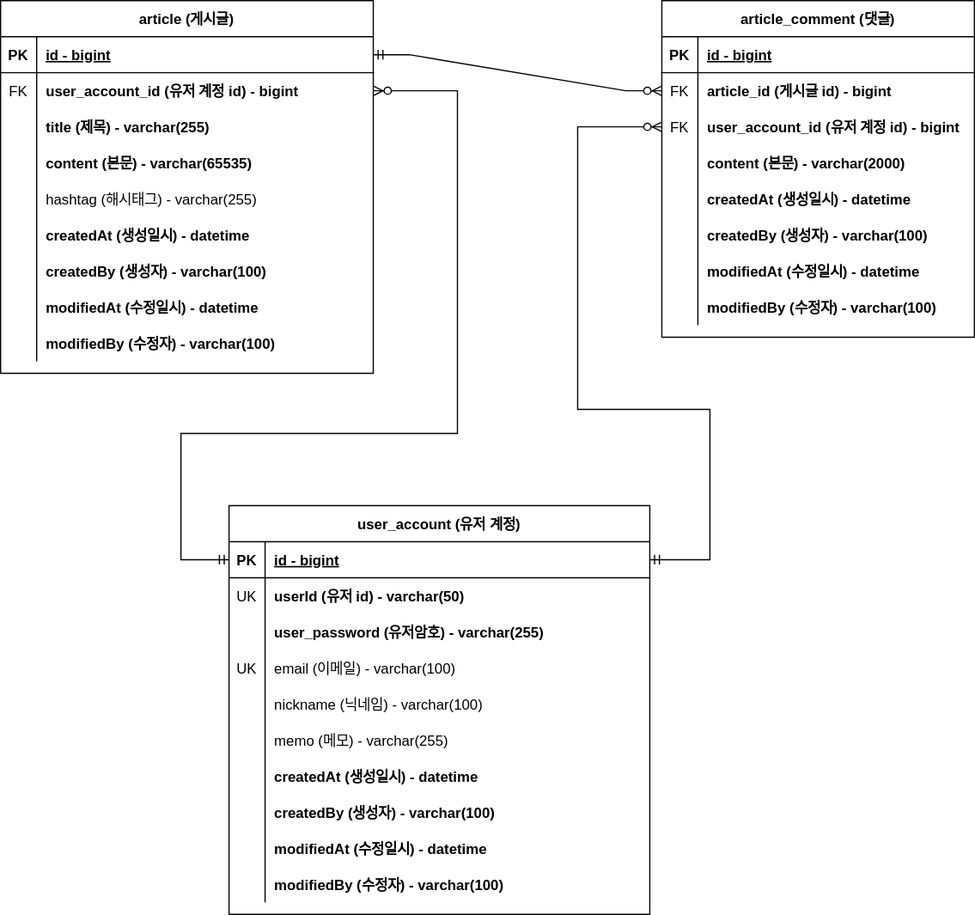
Above: document/project-board-erd.svg in minho3/study-prj-board (draw.io), before the change. Source tidied: cells renumbered, new cells last; positions are measured from the earlier drawing's top-left corner, leaving out a move shared by most shapes.
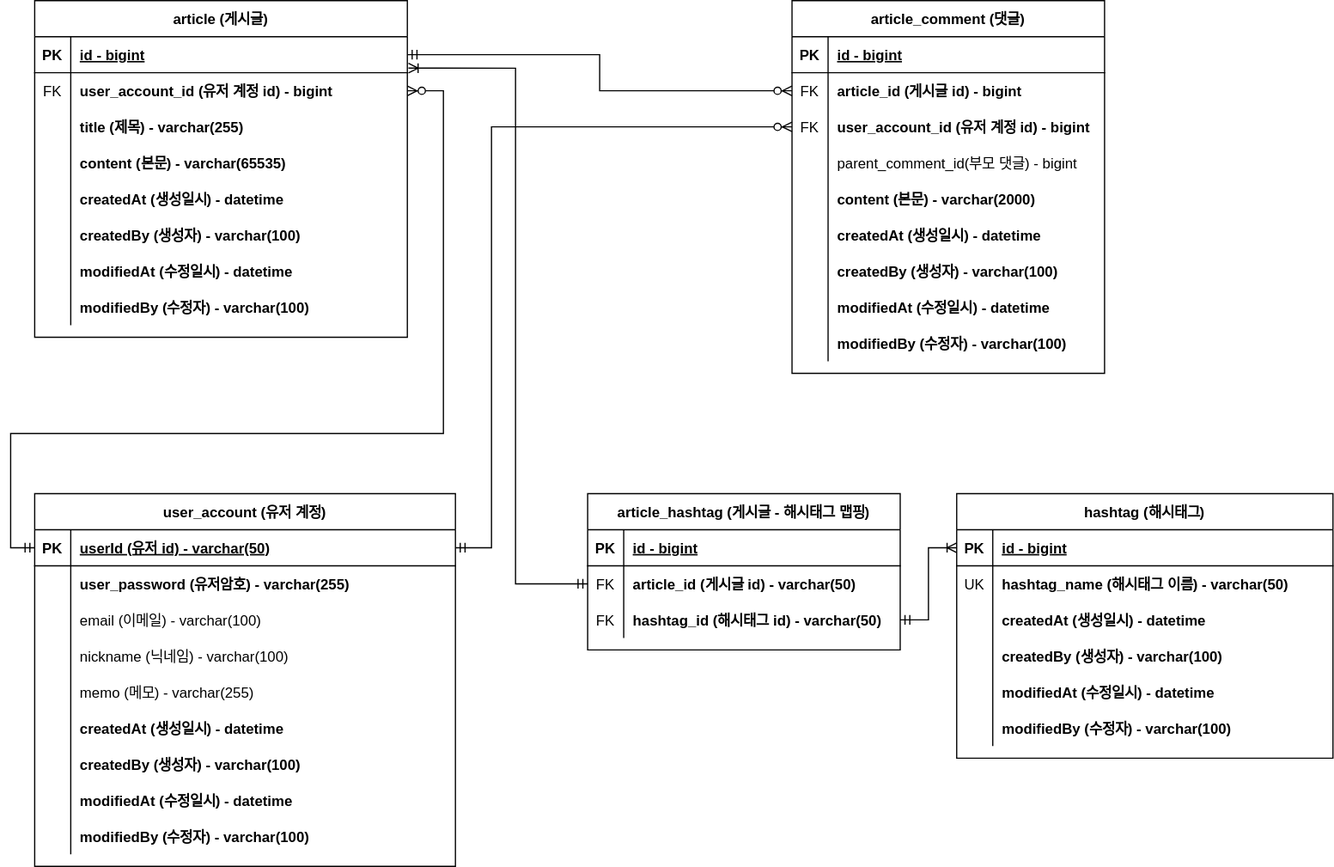
The same file after the commit.

Commit message:
#46 업데이트 : 대댓글, 해시태그

The edit, as a diff of the source:
```diff
@@ -5,3 +5,3 @@
     <mxCell id="2" value="article (게시글)" style="shape=table;startSize=30;rowLines=0;fontStyle=1;align=center;" parent="1" vertex="1">
-      <mxGeometry width="310" height="310" as="geometry" />
+      <mxGeometry width="310" height="280" as="geometry" />
     </mxCell>
@@ -43,13 +43,4 @@
     </mxCell>
-    <mxCell id="15" style="shape=tableRow;horizontal=0;startSize=0;swimlaneHead=0;swimlaneBody=0;fillColor=none;top=0;left=0;right=0;bottom=0;" parent="2" vertex="1">
-      <mxGeometry y="150" width="310" height="30" as="geometry" />
-    </mxCell>
-    <mxCell id="16" style="shape=partialRectangle;fillColor=none;top=0;left=0;bottom=0;right=0;overflow=hidden;" parent="15" vertex="1">
-      <mxGeometry width="30" height="30" as="geometry" />
-    </mxCell>
-    <mxCell id="17" value="hashtag (해시태그) - varchar(255)" style="shape=partialRectangle;fillColor=none;top=0;left=0;bottom=0;right=0;align=left;spacingLeft=6;overflow=hidden;" parent="15" vertex="1">
-      <mxGeometry x="30" width="280" height="30" as="geometry" />
-    </mxCell>
     <mxCell id="18" style="shape=tableRow;horizontal=0;startSize=0;swimlaneHead=0;swimlaneBody=0;fillColor=none;top=0;left=0;right=0;bottom=0;" parent="2" vertex="1">
-      <mxGeometry y="180" width="310" height="30" as="geometry" />
+      <mxGeometry y="150" width="310" height="30" as="geometry" />
     </mxCell>
@@ -62,3 +53,3 @@
     <mxCell id="21" style="shape=tableRow;horizontal=0;startSize=0;swimlaneHead=0;swimlaneBody=0;fillColor=none;top=0;left=0;right=0;bottom=0;" parent="2" vertex="1">
-      <mxGeometry y="210" width="310" height="30" as="geometry" />
+      <mxGeometry y="180" width="310" height="30" as="geometry" />
     </mxCell>
@@ -71,3 +62,3 @@
     <mxCell id="24" style="shape=tableRow;horizontal=0;startSize=0;swimlaneHead=0;swimlaneBody=0;fillColor=none;top=0;left=0;right=0;bottom=0;" parent="2" vertex="1">
-      <mxGeometry y="240" width="310" height="30" as="geometry" />
+      <mxGeometry y="210" width="310" height="30" as="geometry" />
     </mxCell>
@@ -80,3 +71,3 @@
     <mxCell id="27" style="shape=tableRow;horizontal=0;startSize=0;swimlaneHead=0;swimlaneBody=0;fillColor=none;top=0;left=0;right=0;bottom=0;" parent="2" vertex="1">
-      <mxGeometry y="270" width="310" height="30" as="geometry" />
+      <mxGeometry y="240" width="310" height="30" as="geometry" />
     </mxCell>
@@ -89,3 +80,3 @@
     <mxCell id="30" value="article_comment (댓글)" style="shape=table;startSize=30;rowLines=0;fontStyle=1;align=center;" parent="1" vertex="1">
-      <mxGeometry x="550" width="260" height="280" as="geometry" />
+      <mxGeometry x="630" width="260" height="310" as="geometry" />
     </mxCell>
@@ -118,4 +109,13 @@
     </mxCell>
+    <mxCell id="89" style="shape=tableRow;horizontal=0;startSize=0;swimlaneHead=0;swimlaneBody=0;fillColor=none;top=0;left=0;right=0;bottom=0;" parent="30" vertex="1">
+      <mxGeometry y="120" width="260" height="30" as="geometry" />
+    </mxCell>
+    <mxCell id="90" style="shape=partialRectangle;fillColor=none;top=0;left=0;bottom=0;right=0;overflow=hidden;" parent="89" vertex="1">
+      <mxGeometry width="30" height="30" as="geometry" />
+    </mxCell>
+    <mxCell id="91" value="parent_comment_id(부모 댓글) - bigint" style="shape=partialRectangle;fillColor=none;top=0;left=0;bottom=0;right=0;align=left;spacingLeft=6;overflow=hidden;fontStyle=0;" parent="89" vertex="1">
+      <mxGeometry x="30" width="230" height="30" as="geometry" />
+    </mxCell>
     <mxCell id="40" style="shape=tableRow;horizontal=0;startSize=0;swimlaneHead=0;swimlaneBody=0;fillColor=none;top=0;left=0;right=0;bottom=0;" parent="30" vertex="1">
-      <mxGeometry y="120" width="260" height="30" as="geometry" />
+      <mxGeometry y="150" width="260" height="30" as="geometry" />
     </mxCell>
@@ -128,3 +128,3 @@
     <mxCell id="43" style="shape=tableRow;horizontal=0;startSize=0;swimlaneHead=0;swimlaneBody=0;fillColor=none;top=0;left=0;right=0;bottom=0;" parent="30" vertex="1">
-      <mxGeometry y="150" width="260" height="30" as="geometry" />
+      <mxGeometry y="180" width="260" height="30" as="geometry" />
     </mxCell>
@@ -137,3 +137,3 @@
     <mxCell id="46" style="shape=tableRow;horizontal=0;startSize=0;swimlaneHead=0;swimlaneBody=0;fillColor=none;top=0;left=0;right=0;bottom=0;" parent="30" vertex="1">
-      <mxGeometry y="180" width="260" height="30" as="geometry" />
+      <mxGeometry y="210" width="260" height="30" as="geometry" />
     </mxCell>
@@ -146,3 +146,3 @@
     <mxCell id="49" style="shape=tableRow;horizontal=0;startSize=0;swimlaneHead=0;swimlaneBody=0;fillColor=none;top=0;left=0;right=0;bottom=0;" parent="30" vertex="1">
-      <mxGeometry y="210" width="260" height="30" as="geometry" />
+      <mxGeometry y="240" width="260" height="30" as="geometry" />
     </mxCell>
@@ -155,3 +155,3 @@
     <mxCell id="52" style="shape=tableRow;horizontal=0;startSize=0;swimlaneHead=0;swimlaneBody=0;fillColor=none;top=0;left=0;right=0;bottom=0;" parent="30" vertex="1">
-      <mxGeometry y="240" width="260" height="30" as="geometry" />
+      <mxGeometry y="270" width="260" height="30" as="geometry" />
     </mxCell>
@@ -163,3 +163,3 @@
     </mxCell>
-    <mxCell id="55" style="edgeStyle=entityRelationEdgeStyle;fontSize=12;html=1;endArrow=ERzeroToMany;startArrow=ERmandOne;rounded=0;exitX=1;exitY=0.5;exitDx=0;exitDy=0;entryX=0;entryY=0.5;entryDx=0;entryDy=0;" parent="1" edge="1" source="3" target="34">
+    <mxCell id="55" style="edgeStyle=orthogonalEdgeStyle;fontSize=12;html=1;endArrow=ERzeroToMany;startArrow=ERmandOne;rounded=0;exitX=1;exitY=0.5;exitDx=0;exitDy=0;entryX=0;entryY=0.5;entryDx=0;entryDy=0;" parent="1" edge="1" source="3" target="34">
       <mxGeometry relative="1" as="geometry" />
@@ -167,3 +167,3 @@
     <mxCell id="56" value="user_account (유저 계정)" style="shape=table;startSize=30;rowLines=0;fontStyle=1;align=center;" parent="1" vertex="1">
-      <mxGeometry x="190" y="420" width="350" height="340" as="geometry" />
+      <mxGeometry y="410" width="350" height="310" as="geometry" />
     </mxCell>
@@ -175,16 +175,7 @@
     </mxCell>
-    <mxCell id="59" value="id - bigint" style="shape=partialRectangle;fillColor=none;top=0;left=0;bottom=0;right=0;align=left;spacingLeft=6;fontStyle=5;overflow=hidden;" parent="57" vertex="1">
+    <mxCell id="59" value="userId (유저 id) - varchar(50)" style="shape=partialRectangle;fillColor=none;top=0;left=0;bottom=0;right=0;align=left;spacingLeft=6;fontStyle=5;overflow=hidden;" parent="57" vertex="1">
       <mxGeometry x="30" width="320" height="30" as="geometry" />
     </mxCell>
-    <mxCell id="60" style="shape=tableRow;horizontal=0;startSize=0;swimlaneHead=0;swimlaneBody=0;fillColor=none;top=0;left=0;right=0;bottom=0;" parent="56" vertex="1">
-      <mxGeometry y="60" width="350" height="30" as="geometry" />
-    </mxCell>
-    <mxCell id="61" value="UK" style="shape=partialRectangle;fillColor=none;top=0;left=0;bottom=0;right=0;overflow=hidden;" parent="60" vertex="1">
-      <mxGeometry width="30" height="30" as="geometry" />
-    </mxCell>
-    <mxCell id="62" value="userId (유저 id) - varchar(50)" style="shape=partialRectangle;fillColor=none;top=0;left=0;bottom=0;right=0;align=left;spacingLeft=6;overflow=hidden;fontStyle=1;" parent="60" vertex="1">
-      <mxGeometry x="30" width="320" height="30" as="geometry" />
-    </mxCell>
     <mxCell id="63" style="shape=tableRow;horizontal=0;startSize=0;swimlaneHead=0;swimlaneBody=0;fillColor=none;top=0;left=0;right=0;bottom=0;" parent="56" vertex="1">
-      <mxGeometry y="90" width="350" height="30" as="geometry" />
+      <mxGeometry y="60" width="350" height="30" as="geometry" />
     </mxCell>
@@ -197,5 +188,5 @@
     <mxCell id="66" style="shape=tableRow;horizontal=0;startSize=0;swimlaneHead=0;swimlaneBody=0;fillColor=none;top=0;left=0;right=0;bottom=0;" parent="56" vertex="1">
-      <mxGeometry y="120" width="350" height="30" as="geometry" />
+      <mxGeometry y="90" width="350" height="30" as="geometry" />
     </mxCell>
-    <mxCell id="67" value="UK" style="shape=partialRectangle;fillColor=none;top=0;left=0;bottom=0;right=0;overflow=hidden;" parent="66" vertex="1">
+    <mxCell id="67" style="shape=partialRectangle;fillColor=none;top=0;left=0;bottom=0;right=0;overflow=hidden;" parent="66" vertex="1">
       <mxGeometry width="30" height="30" as="geometry" />
@@ -206,3 +197,3 @@
     <mxCell id="69" style="shape=tableRow;horizontal=0;startSize=0;swimlaneHead=0;swimlaneBody=0;fillColor=none;top=0;left=0;right=0;bottom=0;" parent="56" vertex="1">
-      <mxGeometry y="150" width="350" height="30" as="geometry" />
+      <mxGeometry y="120" width="350" height="30" as="geometry" />
     </mxCell>
@@ -215,3 +206,3 @@
     <mxCell id="72" style="shape=tableRow;horizontal=0;startSize=0;swimlaneHead=0;swimlaneBody=0;fillColor=none;top=0;left=0;right=0;bottom=0;" parent="56" vertex="1">
-      <mxGeometry y="180" width="350" height="30" as="geometry" />
+      <mxGeometry y="150" width="350" height="30" as="geometry" />
     </mxCell>
@@ -224,3 +215,3 @@
     <mxCell id="75" style="shape=tableRow;horizontal=0;startSize=0;swimlaneHead=0;swimlaneBody=0;fillColor=none;top=0;left=0;right=0;bottom=0;" parent="56" vertex="1">
-      <mxGeometry y="210" width="350" height="30" as="geometry" />
+      <mxGeometry y="180" width="350" height="30" as="geometry" />
     </mxCell>
@@ -233,3 +224,3 @@
     <mxCell id="78" style="shape=tableRow;horizontal=0;startSize=0;swimlaneHead=0;swimlaneBody=0;fillColor=none;top=0;left=0;right=0;bottom=0;" parent="56" vertex="1">
-      <mxGeometry y="240" width="350" height="30" as="geometry" />
+      <mxGeometry y="210" width="350" height="30" as="geometry" />
     </mxCell>
@@ -242,3 +233,3 @@
     <mxCell id="81" style="shape=tableRow;horizontal=0;startSize=0;swimlaneHead=0;swimlaneBody=0;fillColor=none;top=0;left=0;right=0;bottom=0;" parent="56" vertex="1">
-      <mxGeometry y="270" width="350" height="30" as="geometry" />
+      <mxGeometry y="240" width="350" height="30" as="geometry" />
     </mxCell>
@@ -251,3 +242,3 @@
     <mxCell id="84" style="shape=tableRow;horizontal=0;startSize=0;swimlaneHead=0;swimlaneBody=0;fillColor=none;top=0;left=0;right=0;bottom=0;" parent="56" vertex="1">
-      <mxGeometry y="300" width="350" height="30" as="geometry" />
+      <mxGeometry y="270" width="350" height="30" as="geometry" />
     </mxCell>
@@ -262,6 +253,4 @@
         <Array as="points">
-          <mxPoint x="590" y="465" />
-          <mxPoint x="590" y="340" />
-          <mxPoint x="480" y="340" />
-          <mxPoint x="480" y="105" />
+          <mxPoint x="380" y="455" />
+          <mxPoint x="380" y="105" />
         </Array>
@@ -272,6 +261,6 @@
         <Array as="points">
-          <mxPoint x="150" y="465" />
-          <mxPoint x="150" y="360" />
-          <mxPoint x="380" y="360" />
-          <mxPoint x="380" y="75" />
+          <mxPoint x="-20" y="455" />
+          <mxPoint x="-20" y="360" />
+          <mxPoint x="340" y="360" />
+          <mxPoint x="340" y="75" />
         </Array>
@@ -279,2 +268,100 @@
     </mxCell>
+    <mxCell id="92" value="article_hashtag (게시글 - 해시태그 맵핑)" style="shape=table;startSize=30;rowLines=0;fontStyle=1;align=center;" parent="1" vertex="1">
+      <mxGeometry x="460" y="410" width="260" height="130" as="geometry" />
+    </mxCell>
+    <mxCell id="93" style="shape=tableRow;horizontal=0;startSize=0;swimlaneHead=0;swimlaneBody=0;fillColor=none;top=0;left=0;right=0;bottom=1;" parent="92" vertex="1">
+      <mxGeometry y="30" width="260" height="30" as="geometry" />
+    </mxCell>
+    <mxCell id="94" value="PK" style="shape=partialRectangle;fillColor=none;top=0;left=0;bottom=0;right=0;fontStyle=1;overflow=hidden;" parent="93" vertex="1">
+      <mxGeometry width="30" height="30" as="geometry" />
+    </mxCell>
+    <mxCell id="95" value="id - bigint" style="shape=partialRectangle;fillColor=none;top=0;left=0;bottom=0;right=0;align=left;spacingLeft=6;fontStyle=5;overflow=hidden;" parent="93" vertex="1">
+      <mxGeometry x="30" width="230" height="30" as="geometry" />
+    </mxCell>
+    <mxCell id="96" style="shape=tableRow;horizontal=0;startSize=0;swimlaneHead=0;swimlaneBody=0;fillColor=none;points=[[0,0.5],[1,0.5]];portConstraint=eastwest;top=0;left=0;right=0;bottom=0;" parent="92" vertex="1">
+      <mxGeometry y="60" width="260" height="30" as="geometry" />
+    </mxCell>
+    <mxCell id="97" value="FK" style="shape=partialRectangle;fillColor=none;top=0;left=0;bottom=0;right=0;overflow=hidden;" parent="96" vertex="1">
+      <mxGeometry width="30" height="30" as="geometry" />
+    </mxCell>
+    <mxCell id="98" value="article_id (게시글 id) - varchar(50)" style="shape=partialRectangle;fillColor=none;top=0;left=0;bottom=0;right=0;align=left;spacingLeft=6;overflow=hidden;fontStyle=1;" parent="96" vertex="1">
+      <mxGeometry x="30" width="230" height="30" as="geometry" />
+    </mxCell>
+    <mxCell id="99" style="shape=tableRow;horizontal=0;startSize=0;swimlaneHead=0;swimlaneBody=0;fillColor=none;points=[[0,0.5],[1,0.5]];portConstraint=eastwest;top=0;left=0;right=0;bottom=0;" parent="92" vertex="1">
+      <mxGeometry y="90" width="260" height="30" as="geometry" />
+    </mxCell>
+    <mxCell id="100" value="FK" style="shape=partialRectangle;fillColor=none;top=0;left=0;bottom=0;right=0;overflow=hidden;" parent="99" vertex="1">
+      <mxGeometry width="30" height="30" as="geometry" />
+    </mxCell>
+    <mxCell id="101" value="hashtag_id (해시태그 id) - varchar(50)" style="shape=partialRectangle;fillColor=none;top=0;left=0;bottom=0;right=0;align=left;spacingLeft=6;overflow=hidden;fontStyle=1;" parent="99" vertex="1">
+      <mxGeometry x="30" width="230" height="30" as="geometry" />
+    </mxCell>
+    <mxCell id="102" value="hashtag (해시태그)" style="shape=table;startSize=30;rowLines=0;fontStyle=1;align=center;" parent="1" vertex="1">
+      <mxGeometry x="767" y="410" width="313" height="220" as="geometry" />
+    </mxCell>
+    <mxCell id="103" style="shape=tableRow;horizontal=0;startSize=0;swimlaneHead=0;swimlaneBody=0;fillColor=none;points=[[0,0.5],[1,0.5]];portConstraint=eastwest;top=0;left=0;right=0;bottom=1;" parent="102" vertex="1">
+      <mxGeometry y="30" width="313" height="30" as="geometry" />
+    </mxCell>
+    <mxCell id="104" value="PK" style="shape=partialRectangle;fillColor=none;top=0;left=0;bottom=0;right=0;fontStyle=1;overflow=hidden;" parent="103" vertex="1">
+      <mxGeometry width="30" height="30" as="geometry" />
+    </mxCell>
+    <mxCell id="105" value="id - bigint" style="shape=partialRectangle;fillColor=none;top=0;left=0;bottom=0;right=0;align=left;spacingLeft=6;fontStyle=5;overflow=hidden;" parent="103" vertex="1">
+      <mxGeometry x="30" width="283" height="30" as="geometry" />
+    </mxCell>
+    <mxCell id="106" style="shape=tableRow;horizontal=0;startSize=0;swimlaneHead=0;swimlaneBody=0;fillColor=none;top=0;left=0;right=0;bottom=0;" parent="102" vertex="1">
+      <mxGeometry y="60" width="313" height="30" as="geometry" />
+    </mxCell>
+    <mxCell id="61" value="UK" style="shape=partialRectangle;fillColor=none;top=0;left=0;bottom=0;right=0;overflow=hidden;" parent="106" vertex="1">
+      <mxGeometry width="30" height="30" as="geometry" />
+    </mxCell>
+    <mxCell id="107" value="hashtag_name (해시태그 이름) - varchar(50)" style="shape=partialRectangle;fillColor=none;top=0;left=0;bottom=0;right=0;align=left;spacingLeft=6;overflow=hidden;fontStyle=1;" parent="106" vertex="1">
+      <mxGeometry x="30" width="283" height="30" as="geometry" />
+    </mxCell>
+    <mxCell id="108" style="shape=tableRow;horizontal=0;startSize=0;swimlaneHead=0;swimlaneBody=0;fillColor=none;top=0;left=0;right=0;bottom=0;" parent="102" vertex="1">
+      <mxGeometry y="90" width="313" height="30" as="geometry" />
+    </mxCell>
+    <mxCell id="109" style="shape=partialRectangle;fillColor=none;top=0;left=0;bottom=0;right=0;overflow=hidden;" parent="108" vertex="1">
+      <mxGeometry width="30" height="30" as="geometry" />
+    </mxCell>
+    <mxCell id="110" value="createdAt (생성일시) - datetime" style="shape=partialRectangle;fillColor=none;top=0;left=0;bottom=0;right=0;align=left;spacingLeft=6;overflow=hidden;fontStyle=1;" parent="108" vertex="1">
+      <mxGeometry x="30" width="283" height="30" as="geometry" />
+    </mxCell>
+    <mxCell id="111" style="shape=tableRow;horizontal=0;startSize=0;swimlaneHead=0;swimlaneBody=0;fillColor=none;top=0;left=0;right=0;bottom=0;" parent="102" vertex="1">
+      <mxGeometry y="120" width="313" height="30" as="geometry" />
+    </mxCell>
+    <mxCell id="112" style="shape=partialRectangle;fillColor=none;top=0;left=0;bottom=0;right=0;overflow=hidden;" parent="111" vertex="1">
+      <mxGeometry width="30" height="30" as="geometry" />
+    </mxCell>
+    <mxCell id="113" value="createdBy (생성자) - varchar(100)" style="shape=partialRectangle;fillColor=none;top=0;left=0;bottom=0;right=0;align=left;spacingLeft=6;overflow=hidden;fontStyle=1;" parent="111" vertex="1">
+      <mxGeometry x="30" width="283" height="30" as="geometry" />
+    </mxCell>
+    <mxCell id="114" style="shape=tableRow;horizontal=0;startSize=0;swimlaneHead=0;swimlaneBody=0;fillColor=none;top=0;left=0;right=0;bottom=0;" parent="102" vertex="1">
+      <mxGeometry y="150" width="313" height="30" as="geometry" />
+    </mxCell>
+    <mxCell id="115" style="shape=partialRectangle;fillColor=none;top=0;left=0;bottom=0;right=0;overflow=hidden;" parent="114" vertex="1">
+      <mxGeometry width="30" height="30" as="geometry" />
+    </mxCell>
+    <mxCell id="116" value="modifiedAt (수정일시) - datetime" style="shape=partialRectangle;fillColor=none;top=0;left=0;bottom=0;right=0;align=left;spacingLeft=6;overflow=hidden;fontStyle=1;" parent="114" vertex="1">
+      <mxGeometry x="30" width="283" height="30" as="geometry" />
+    </mxCell>
+    <mxCell id="117" style="shape=tableRow;horizontal=0;startSize=0;swimlaneHead=0;swimlaneBody=0;fillColor=none;top=0;left=0;right=0;bottom=0;" parent="102" vertex="1">
+      <mxGeometry y="180" width="313" height="30" as="geometry" />
+    </mxCell>
+    <mxCell id="118" style="shape=partialRectangle;fillColor=none;top=0;left=0;bottom=0;right=0;overflow=hidden;" parent="117" vertex="1">
+      <mxGeometry width="30" height="30" as="geometry" />
+    </mxCell>
+    <mxCell id="119" value="modifiedBy (수정자) - varchar(100)" style="shape=partialRectangle;fillColor=none;top=0;left=0;bottom=0;right=0;align=left;spacingLeft=6;overflow=hidden;fontStyle=1;" parent="117" vertex="1">
+      <mxGeometry x="30" width="283" height="30" as="geometry" />
+    </mxCell>
+    <mxCell id="120" style="edgeStyle=orthogonalEdgeStyle;rounded=0;jettySize=auto;html=1;exitX=0;exitY=0.5;exitDx=0;exitDy=0;entryX=1;entryY=0.5;entryDx=0;entryDy=0;endArrow=ERmandOne;endFill=0;startArrow=ERoneToMany;startFill=0;" parent="1" edge="1" source="103" target="99">
+      <mxGeometry relative="1" as="geometry" />
+    </mxCell>
+    <mxCell id="121" style="edgeStyle=orthogonalEdgeStyle;rounded=0;jettySize=auto;html=1;exitX=1.003;exitY=0.872;exitDx=0;exitDy=0;startArrow=ERoneToMany;startFill=0;endArrow=ERmandOne;endFill=0;exitPerimeter=0;" parent="1" edge="1" source="3" target="96">
+      <mxGeometry relative="1" as="geometry">
+        <Array as="points">
+          <mxPoint x="400" y="56" />
+          <mxPoint x="400" y="485" />
+        </Array>
+      </mxGeometry>
+    </mxCell>
   </root>
```
